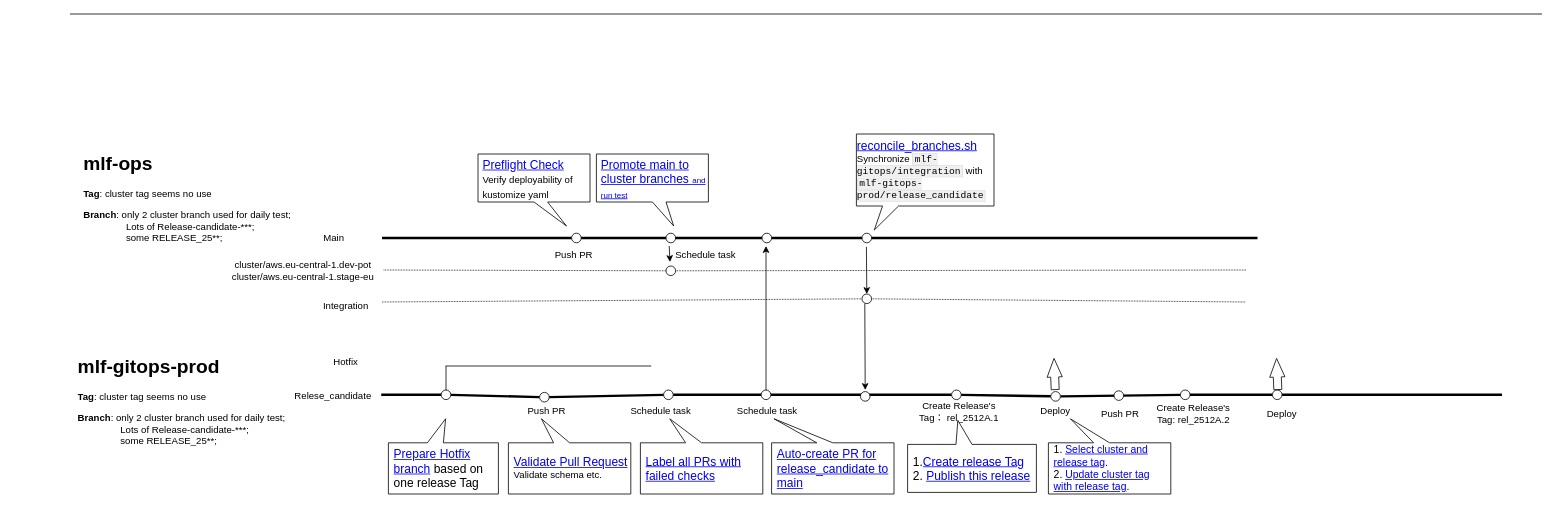
The draw.io diagram Drawio/AI Core release process.drawio in polark-bit/StudyGit, before the edit. Source tidied: cells renumbered, new cells numbered last; positions are measured from the earlier drawing's top-left corner, leaving out a move shared by most shapes. Both pictures are drawn from the tidied source at 80%, with x=0, y=0 at pixel (70, 14).
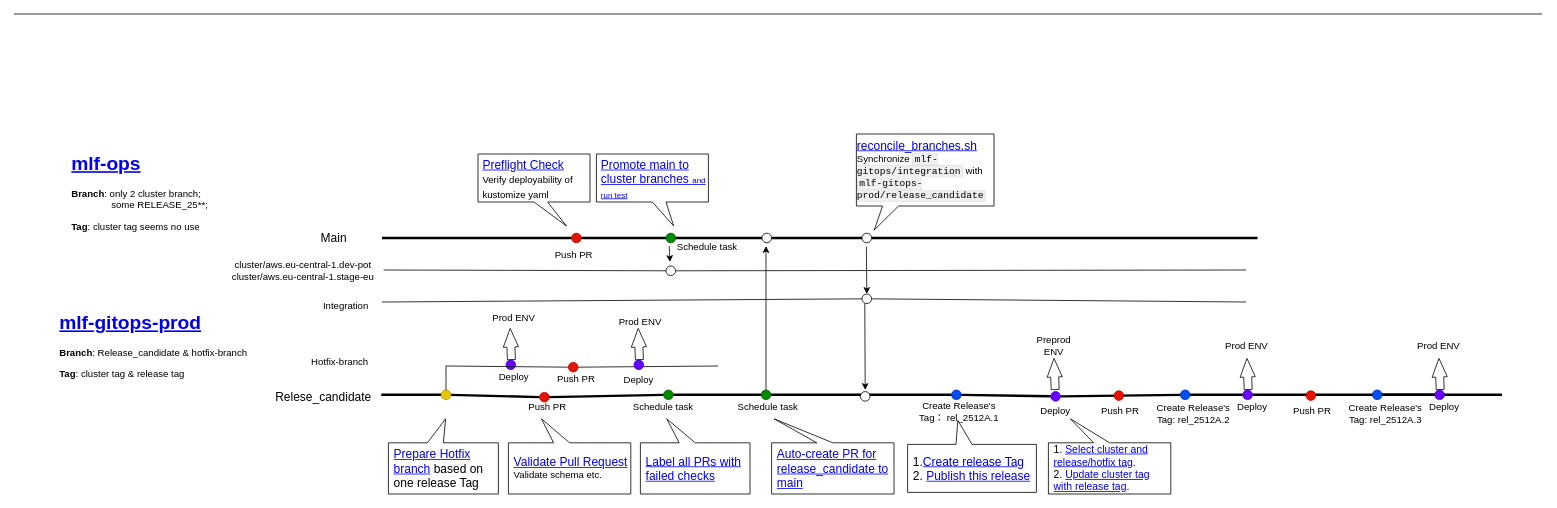
The same page after the edit.

Unchanged cells that the change refers to:
```xml
<mxCell id="18" style="ellipse;whiteSpace=wrap;html=1;" parent="1" vertex="1">
  <mxGeometry x="745" y="315" width="12" height="12" as="geometry" />
</mxCell>
<mxCell id="22" style="ellipse;whiteSpace=wrap;html=1;" parent="1" vertex="1">
  <mxGeometry x="990" y="350" width="12" height="12" as="geometry" />
</mxCell>
```

The edit, as a diff of the source:
```diff
@@
     <mxCell id="2" style="endArrow=none;html=1;rounded=0;" parent="1" edge="1">
       <mxGeometry relative="1" as="geometry">
-        <mxPoint as="sourcePoint" />
+        <mxPoint x="-70" as="sourcePoint" />
         <mxPoint x="1840" as="targetPoint" />
       </mxGeometry>
     </mxCell>
@@
-    <mxCell id="5" style="ellipse;whiteSpace=wrap;html=1;" parent="1" vertex="1">
+    <mxCell id="5" style="ellipse;whiteSpace=wrap;html=1;fillColor=#e51400;fontColor=#ffffff;strokeColor=#B20000;" parent="1" vertex="1">
       <mxGeometry x="627" y="274" width="12" height="12" as="geometry" />
     </mxCell>
@@
-    <mxCell id="7" style="ellipse;whiteSpace=wrap;html=1;" parent="1" vertex="1">
+    <mxCell id="7" style="ellipse;whiteSpace=wrap;html=1;fillColor=#008a00;fontColor=#ffffff;strokeColor=#005700;" parent="1" vertex="1">
       <mxGeometry x="745" y="274" width="12" height="12" as="geometry" />
     </mxCell>
@@
-    <mxCell id="10" value="&lt;h1 style=&quot;margin-top: 0px;&quot;&gt;mlf-ops&lt;/h1&gt;&lt;p&gt;&lt;b&gt;Tag&lt;/b&gt;: cluster tag seems no use&lt;/p&gt;&lt;p&gt;&lt;b&gt;Branch&lt;/b&gt;: only 2 cluster branch used for daily test;&amp;nbsp; &amp;nbsp; &amp;nbsp; &amp;nbsp; &amp;nbsp; &amp;nbsp; &amp;nbsp; &amp;nbsp; &amp;nbsp; Lots of Release-candidate-***;&amp;nbsp; &amp;nbsp; &amp;nbsp; &amp;nbsp; &amp;nbsp; &amp;nbsp; &amp;nbsp; &amp;nbsp; &amp;nbsp; &amp;nbsp; &amp;nbsp; &amp;nbsp; &amp;nbsp; &amp;nbsp; &amp;nbsp; &amp;nbsp; some RELEASE_25**;&lt;/p&gt;" style="text;html=1;whiteSpace=wrap;overflow=hidden;rounded=0;" parent="1" vertex="1">
-      <mxGeometry x="15" y="166" width="270" height="120" as="geometry" />
+    <mxCell id="10" value="&lt;h1 style=&quot;margin-top: 0px;&quot;&gt;&lt;a href=&quot;https://github.tools.sap/MLF/mlf-gitops&quot;&gt;mlf-ops&lt;/a&gt;&lt;/h1&gt;&lt;p&gt;&lt;b style=&quot;background-color: transparent; color: light-dark(rgb(0, 0, 0), rgb(255, 255, 255));&quot;&gt;Branch&lt;/b&gt;&lt;span style=&quot;background-color: transparent; color: light-dark(rgb(0, 0, 0), rgb(255, 255, 255));&quot;&gt;: only 2 cluster branch;&amp;nbsp; &amp;nbsp; &amp;nbsp; &amp;nbsp; &amp;nbsp; &amp;nbsp; &amp;nbsp; &amp;nbsp; &amp;nbsp; &amp;nbsp; &amp;nbsp; &amp;nbsp; &amp;nbsp;some RELEASE_25**;&lt;/span&gt;&lt;/p&gt;&lt;p&gt;&lt;b&gt;Tag&lt;/b&gt;: cluster tag seems no use&lt;/p&gt;&lt;div&gt;&lt;br&gt;&lt;/div&gt;" style="text;html=1;whiteSpace=wrap;overflow=hidden;rounded=0;" parent="1" vertex="1">
+      <mxGeometry y="166" width="195" height="120" as="geometry" />
     </mxCell>
-    <mxCell id="11" style="endArrow=none;html=1;rounded=0;dashed=1;dashPattern=1 1;" parent="1" edge="1" source="18">
+    <mxCell id="11" style="endArrow=none;html=1;rounded=0;" parent="1" edge="1" source="18">
       <mxGeometry relative="1" as="geometry">
         <mxPoint x="1470" y="320" as="targetPoint" />
       </mxGeometry>
     </mxCell>
@@
-    <mxCell id="13" value="Main" style="text;html=1;whiteSpace=wrap;strokeColor=none;fillColor=none;align=center;verticalAlign=middle;rounded=0;" parent="1" vertex="1">
+    <mxCell id="13" value="&lt;font style=&quot;font-size: 15px;&quot;&gt;Main&lt;/font&gt;" style="text;html=1;whiteSpace=wrap;strokeColor=none;fillColor=none;align=center;verticalAlign=middle;rounded=0;" parent="1" vertex="1">
       <mxGeometry x="300" y="265" width="60" height="30" as="geometry" />
     </mxCell>
     <mxCell id="14" value="&amp;nbsp;Schedule task" style="text;html=1;whiteSpace=wrap;strokeColor=none;fillColor=none;align=center;verticalAlign=middle;rounded=0;" parent="1" vertex="1">
-      <mxGeometry x="743" y="286" width="100" height="30" as="geometry" />
+      <mxGeometry x="745" y="276" width="100" height="30" as="geometry" />
     </mxCell>
@@
-    <mxCell id="17" style="endArrow=none;html=1;rounded=0;dashed=1;dashPattern=1 1;" parent="1" edge="1" target="18">
+    <mxCell id="17" style="endArrow=none;html=1;rounded=0;" parent="1" edge="1" target="18">
       <mxGeometry relative="1" as="geometry">
         <mxPoint x="392" y="320" as="sourcePoint" />
       </mxGeometry>
     </mxCell>
@@
-    <mxCell id="19" style="endArrow=none;html=1;rounded=0;dashed=1;dashPattern=1 1;" parent="1" edge="1" source="22">
+    <mxCell id="19" style="endArrow=none;html=1;rounded=0;" parent="1" edge="1" source="22">
       <mxGeometry relative="1" as="geometry">
         <mxPoint x="1470" y="360" as="targetPoint" />
       </mxGeometry>
     </mxCell>
@@
-    <mxCell id="21" style="endArrow=none;html=1;rounded=0;dashed=1;dashPattern=1 1;" parent="1" edge="1" target="22">
+    <mxCell id="21" style="endArrow=none;html=1;rounded=0;" parent="1" edge="1" target="22">
       <mxGeometry relative="1" as="geometry">
         <mxPoint x="390" y="360" as="sourcePoint" />
       </mxGeometry>
     </mxCell>
@@
-    <mxCell id="27" value="Relese_candidate" style="text;html=1;whiteSpace=wrap;strokeColor=none;fillColor=none;align=center;verticalAlign=middle;rounded=0;" parent="1" vertex="1">
-      <mxGeometry x="274.5" y="463" width="108" height="30" as="geometry" />
+    <mxCell id="27" value="&lt;font style=&quot;font-size: 15px;&quot;&gt;Relese_candidate&lt;/font&gt;" style="text;html=1;whiteSpace=wrap;strokeColor=none;fillColor=none;align=center;verticalAlign=middle;rounded=0;" parent="1" vertex="1">
+      <mxGeometry x="263" y="463" width="108" height="30" as="geometry" />
     </mxCell>
-    <mxCell id="28" value="&lt;h1 style=&quot;margin-top: 0px;&quot;&gt;mlf-gitops-prod&lt;/h1&gt;&lt;p&gt;&lt;b&gt;Tag&lt;/b&gt;: cluster tag seems no use&lt;/p&gt;&lt;p&gt;&lt;b&gt;Branch&lt;/b&gt;: only 2 cluster branch used for daily test;&amp;nbsp; &amp;nbsp; &amp;nbsp; &amp;nbsp; &amp;nbsp; &amp;nbsp; &amp;nbsp; &amp;nbsp; &amp;nbsp; Lots of Release-candidate-***;&amp;nbsp; &amp;nbsp; &amp;nbsp; &amp;nbsp; &amp;nbsp; &amp;nbsp; &amp;nbsp; &amp;nbsp; &amp;nbsp; &amp;nbsp; &amp;nbsp; &amp;nbsp; &amp;nbsp; &amp;nbsp; &amp;nbsp; &amp;nbsp; some RELEASE_25**;&lt;/p&gt;" style="text;html=1;whiteSpace=wrap;overflow=hidden;rounded=0;" parent="1" vertex="1">
-      <mxGeometry x="8" y="420" width="270" height="120" as="geometry" />
+    <mxCell id="28" value="&lt;h1 style=&quot;margin-top: 0px;&quot;&gt;&lt;a href=&quot;https://github.tools.sap/MLF-prod/mlf-gitops-prod&quot;&gt;mlf-gitops-prod&lt;/a&gt;&lt;/h1&gt;&lt;p&gt;&lt;b style=&quot;background-color: transparent; color: light-dark(rgb(0, 0, 0), rgb(255, 255, 255));&quot;&gt;Branch&lt;/b&gt;&lt;span style=&quot;background-color: transparent; color: light-dark(rgb(0, 0, 0), rgb(255, 255, 255));&quot;&gt;: Release_candidate &amp;amp; hotfix-branch&lt;/span&gt;&lt;/p&gt;&lt;p&gt;&lt;b&gt;Tag&lt;/b&gt;: cluster tag &amp;amp; release tag&lt;/p&gt;&lt;div&gt;&lt;br&gt;&lt;/div&gt;" style="text;html=1;whiteSpace=wrap;overflow=hidden;rounded=0;" parent="1" vertex="1">
+      <mxGeometry x="-15" y="365" width="270" height="120" as="geometry" />
     </mxCell>
@@
     <mxCell id="34" value="&amp;nbsp;Schedule task" style="text;html=1;whiteSpace=wrap;strokeColor=none;fillColor=none;align=center;verticalAlign=middle;rounded=0;" parent="1" vertex="1">
-      <mxGeometry x="820" y="482" width="100" height="30" as="geometry" />
+      <mxGeometry x="821" y="476" width="100" height="30" as="geometry" />
     </mxCell>
@@
     <mxCell id="36" value="Push PR" style="text;html=1;whiteSpace=wrap;strokeColor=none;fillColor=none;align=center;verticalAlign=middle;rounded=0;" parent="1" vertex="1">
-      <mxGeometry x="566" y="482" width="60" height="30" as="geometry" />
+      <mxGeometry x="567" y="476" width="60" height="30" as="geometry" />
     </mxCell>
@@
     <mxCell id="38" value="&lt;span style=&quot;font-size: 15px;&quot;&gt;&lt;a href=&quot;https://github.tools.sap/MLF-prod/mlf-gitops-prod/blob/release_candidate/.github/workflows/nightly-validation-labeller.yaml&quot;&gt;Label all PRs with failed checks&lt;/a&gt;&lt;/span&gt;" style="shape=callout;whiteSpace=wrap;html=1;perimeter=calloutPerimeter;strokeColor=default;align=left;verticalAlign=middle;fontFamily=Helvetica;fontSize=12;fontColor=default;fillColor=default;direction=west;position2=0.76;spacingLeft=5;" parent="1" vertex="1">
-      <mxGeometry x="713" y="506" width="153" height="94" as="geometry" />
+      <mxGeometry x="713" y="506" width="137" height="94" as="geometry" />
     </mxCell>
     <mxCell id="39" value="&amp;nbsp;Schedule task" style="text;html=1;whiteSpace=wrap;strokeColor=none;fillColor=none;align=center;verticalAlign=middle;rounded=0;" parent="1" vertex="1">
-      <mxGeometry x="687" y="482" width="100" height="30" as="geometry" />
+      <mxGeometry x="690" y="476" width="100" height="30" as="geometry" />
     </mxCell>
@@
-    <mxCell id="41" style="ellipse;whiteSpace=wrap;html=1;" parent="1" vertex="1">
+    <mxCell id="41" style="ellipse;whiteSpace=wrap;html=1;fillColor=#0050ef;fontColor=#ffffff;strokeColor=#001DBC;" parent="1" vertex="1">
       <mxGeometry x="1102" y="470" width="12" height="12" as="geometry" />
     </mxCell>
@@
-    <mxCell id="44" style="ellipse;whiteSpace=wrap;html=1;" parent="1" vertex="1">
+    <mxCell id="44" style="ellipse;whiteSpace=wrap;html=1;fillColor=#008a00;fontColor=#ffffff;strokeColor=#005700;" parent="1" vertex="1">
       <mxGeometry x="864" y="470" width="12" height="12" as="geometry" />
     </mxCell>
@@
-    <mxCell id="46" style="ellipse;whiteSpace=wrap;html=1;" parent="1" vertex="1">
+    <mxCell id="46" style="ellipse;whiteSpace=wrap;html=1;fillColor=#008a00;fontColor=#ffffff;strokeColor=#005700;" parent="1" vertex="1">
       <mxGeometry x="742" y="470" width="12" height="12" as="geometry" />
     </mxCell>
@@
-    <mxCell id="48" style="ellipse;whiteSpace=wrap;html=1;" parent="1" vertex="1">
+    <mxCell id="48" style="ellipse;whiteSpace=wrap;html=1;fillColor=#e51400;fontColor=#ffffff;strokeColor=#B20000;" parent="1" vertex="1">
       <mxGeometry x="587" y="473" width="12" height="12" as="geometry" />
     </mxCell>
-    <mxCell id="49" style="endArrow=none;html=1;rounded=0;fontFamily=Helvetica;fontSize=12;fontColor=default;" parent="1" edge="1">
+    <mxCell id="49" style="endArrow=none;html=1;rounded=0;fontFamily=Helvetica;fontSize=12;fontColor=default;" parent="1" edge="1" source="87">
       <mxGeometry relative="1" as="geometry">
-        <mxPoint x="469.5" y="440" as="sourcePoint" />
-        <mxPoint x="726.5" y="440" as="targetPoint" />
+        <mxPoint x="810" y="440" as="targetPoint" />
       </mxGeometry>
     </mxCell>
@@
-    <mxCell id="52" style="ellipse;whiteSpace=wrap;html=1;" parent="1" vertex="1">
+    <mxCell id="52" style="ellipse;whiteSpace=wrap;html=1;fillColor=#e3c800;fontColor=#000000;strokeColor=#B09500;" parent="1" vertex="1">
       <mxGeometry x="464" y="470" width="12" height="12" as="geometry" />
     </mxCell>
@@
-    <mxCell id="54" value="Hotfix" style="text;html=1;whiteSpace=wrap;strokeColor=none;fillColor=none;align=center;verticalAlign=middle;rounded=0;" parent="1" vertex="1">
-      <mxGeometry x="315" y="420" width="60" height="30" as="geometry" />
+    <mxCell id="54" value="Hotfix-branch" style="text;html=1;whiteSpace=wrap;strokeColor=none;fillColor=none;align=center;verticalAlign=middle;rounded=0;" parent="1" vertex="1">
+      <mxGeometry x="300" y="420" width="75" height="30" as="geometry" />
     </mxCell>
@@
-    <mxCell id="58" style="ellipse;whiteSpace=wrap;html=1;" parent="1" vertex="1">
+    <mxCell id="58" style="ellipse;whiteSpace=wrap;html=1;fillColor=#0050ef;fontColor=#ffffff;strokeColor=#001DBC;" parent="1" vertex="1">
       <mxGeometry x="1388" y="470" width="12" height="12" as="geometry" />
     </mxCell>
-    <mxCell id="59" style="ellipse;whiteSpace=wrap;html=1;" parent="1" vertex="1">
+    <mxCell id="59" style="ellipse;whiteSpace=wrap;html=1;fillColor=#e51400;fontColor=#ffffff;strokeColor=#B20000;" parent="1" vertex="1">
       <mxGeometry x="1305" y="471" width="12" height="12" as="geometry" />
     </mxCell>
     <mxCell id="60" value="Push PR" style="text;html=1;whiteSpace=wrap;strokeColor=none;fillColor=none;align=center;verticalAlign=middle;rounded=0;" parent="1" vertex="1">
-      <mxGeometry x="1283" y="485" width="60" height="30" as="geometry" />
+      <mxGeometry x="1282.5" y="482" width="60" height="30" as="geometry" />
     </mxCell>
@@
-    <mxCell id="63" style="ellipse;whiteSpace=wrap;html=1;" parent="1" vertex="1">
+    <mxCell id="63" style="ellipse;whiteSpace=wrap;html=1;fillColor=#6a00ff;fontColor=#ffffff;strokeColor=#3700CC;" parent="1" vertex="1">
       <mxGeometry x="1226" y="472" width="12" height="12" as="geometry" />
     </mxCell>
-    <mxCell id="64" style="shape=flexArrow;endArrow=classic;html=1;rounded=0;fontFamily=Helvetica;fontSize=12;fontColor=default;endWidth=8;endSize=7.43;" parent="1" edge="1">
+    <mxCell id="64" style="shape=flexArrow;endArrow=classic;html=1;rounded=0;fontFamily=Helvetica;fontSize=12;fontColor=default;endWidth=8;endSize=7.43;fillColor=none;" parent="1" edge="1">
       <mxGeometry relative="1" as="geometry">
         <mxPoint x="1231.5" y="470" as="sourcePoint" />
         <mxPoint x="1230" y="430" as="targetPoint" />
       </mxGeometry>
     </mxCell>
-    <mxCell id="65" value="&lt;font style=&quot;font-size: 13px;&quot;&gt;1. &lt;a href=&quot;https://github.tools.sap/MLF-prod/mlf-gitops-prod/actions/runs/22360340/workflow&quot;&gt;Select cluster and release tag&lt;/a&gt;.&lt;/font&gt;&lt;div&gt;&lt;font style=&quot;font-size: 13px;&quot;&gt;2. &lt;a href=&quot;https://github.tools.sap/MLF-prod/mlf-gitops-prod/actions/workflows/update-targets.yaml&quot;&gt;Update cluster tag with release tag&lt;/a&gt;.&lt;/font&gt;&lt;/div&gt;" style="shape=callout;whiteSpace=wrap;html=1;perimeter=calloutPerimeter;strokeColor=default;align=left;verticalAlign=middle;fontFamily=Helvetica;fontSize=12;fontColor=default;fillColor=default;direction=west;position2=0.82;spacingLeft=5;" parent="1" vertex="1">
+    <mxCell id="65" value="&lt;font style=&quot;font-size: 13px;&quot;&gt;1. &lt;a href=&quot;https://github.tools.sap/MLF-prod/mlf-gitops-prod/actions/runs/22360340/workflow&quot;&gt;Select cluster and release/hotfix tag&lt;/a&gt;.&lt;/font&gt;&lt;div&gt;&lt;font style=&quot;font-size: 13px;&quot;&gt;2. &lt;a href=&quot;https://github.tools.sap/MLF-prod/mlf-gitops-prod/actions/workflows/update-targets.yaml&quot;&gt;Update cluster tag with release tag&lt;/a&gt;.&lt;/font&gt;&lt;/div&gt;" style="shape=callout;whiteSpace=wrap;html=1;perimeter=calloutPerimeter;strokeColor=default;align=left;verticalAlign=middle;fontFamily=Helvetica;fontSize=12;fontColor=default;fillColor=default;direction=west;position2=0.82;spacingLeft=5;" parent="1" vertex="1">
       <mxGeometry x="1223" y="506" width="153" height="94" as="geometry" />
     </mxCell>
@@
-    <mxCell id="68" style="ellipse;whiteSpace=wrap;html=1;" parent="1" vertex="1">
-      <mxGeometry x="1503" y="470" width="12" height="12" as="geometry" />
+    <mxCell id="68" style="ellipse;whiteSpace=wrap;html=1;fillColor=#6a00ff;fontColor=#ffffff;strokeColor=#3700CC;" parent="1" vertex="1">
+      <mxGeometry x="1466" y="470" width="12" height="12" as="geometry" />
     </mxCell>
     <mxCell id="69" style="shape=flexArrow;endArrow=classic;html=1;rounded=0;fontFamily=Helvetica;fontSize=12;fontColor=default;endWidth=8;endSize=7.43;" parent="1" edge="1">
       <mxGeometry relative="1" as="geometry">
-        <mxPoint x="1509.8" y="470" as="sourcePoint" />
-        <mxPoint x="1508.2" y="430" as="targetPoint" />
+        <mxPoint x="1472.8" y="470" as="sourcePoint" />
+        <mxPoint x="1471.2" y="430" as="targetPoint" />
       </mxGeometry>
     </mxCell>
     <mxCell id="70" value="Deploy" style="text;html=1;whiteSpace=wrap;strokeColor=none;fillColor=none;align=center;verticalAlign=middle;rounded=0;" parent="1" vertex="1">
-      <mxGeometry x="1485" y="485" width="60" height="30" as="geometry" />
+      <mxGeometry x="1448" y="476" width="60" height="30" as="geometry" />
     </mxCell>
+    <mxCell id="71" style="ellipse;whiteSpace=wrap;html=1;fillColor=#6a00ff;fontColor=#ffffff;strokeColor=#3700CC;" parent="1" vertex="1">
+      <mxGeometry x="545" y="432.5" width="12" height="12" as="geometry" />
+    </mxCell>
+    <mxCell id="72" style="shape=flexArrow;endArrow=classic;html=1;rounded=0;fontFamily=Helvetica;fontSize=12;fontColor=default;endWidth=8;endSize=7.43;" parent="1" edge="1">
+      <mxGeometry relative="1" as="geometry">
+        <mxPoint x="551.8" y="432.5" as="sourcePoint" />
+        <mxPoint x="550.2" y="392.5" as="targetPoint" />
+      </mxGeometry>
+    </mxCell>
+    <mxCell id="73" value="Deploy" style="text;html=1;whiteSpace=wrap;strokeColor=none;fillColor=none;align=center;verticalAlign=middle;rounded=0;" parent="1" vertex="1">
+      <mxGeometry x="525" y="438.5" width="60" height="30" as="geometry" />
+    </mxCell>
+    <mxCell id="74" value="Preprod ENV" style="text;html=1;whiteSpace=wrap;strokeColor=none;fillColor=none;align=center;verticalAlign=middle;rounded=0;fontFamily=Helvetica;fontSize=12;fontColor=default;" parent="1" vertex="1">
+      <mxGeometry x="1200" y="400" width="60" height="30" as="geometry" />
+    </mxCell>
+    <mxCell id="75" value="Prod ENV" style="text;html=1;whiteSpace=wrap;strokeColor=none;fillColor=none;align=center;verticalAlign=middle;rounded=0;fontFamily=Helvetica;fontSize=12;fontColor=default;" parent="1" vertex="1">
+      <mxGeometry x="1441" y="400" width="60" height="30" as="geometry" />
+    </mxCell>
+    <mxCell id="76" value="Prod ENV" style="text;html=1;whiteSpace=wrap;strokeColor=none;fillColor=none;align=center;verticalAlign=middle;rounded=0;fontFamily=Helvetica;fontSize=12;fontColor=default;" parent="1" vertex="1">
+      <mxGeometry x="525" y="365" width="60" height="30" as="geometry" />
+    </mxCell>
+    <mxCell id="77" style="ellipse;whiteSpace=wrap;html=1;fillColor=#0050ef;fontColor=#ffffff;strokeColor=#001DBC;" parent="1" vertex="1">
+      <mxGeometry x="1628" y="470" width="12" height="12" as="geometry" />
+    </mxCell>
+    <mxCell id="78" style="ellipse;whiteSpace=wrap;html=1;fillColor=#e51400;fontColor=#ffffff;strokeColor=#B20000;" parent="1" vertex="1">
+      <mxGeometry x="1545" y="471" width="12" height="12" as="geometry" />
+    </mxCell>
+    <mxCell id="79" value="Push PR" style="text;html=1;whiteSpace=wrap;strokeColor=none;fillColor=none;align=center;verticalAlign=middle;rounded=0;" parent="1" vertex="1">
+      <mxGeometry x="1522.5" y="482" width="60" height="30" as="geometry" />
+    </mxCell>
+    <mxCell id="80" value="Create Release's Tag: rel_2512A.3" style="text;html=1;whiteSpace=wrap;strokeColor=none;fillColor=none;align=center;verticalAlign=middle;rounded=0;" parent="1" vertex="1">
+      <mxGeometry x="1586" y="485" width="117" height="30" as="geometry" />
+    </mxCell>
+    <mxCell id="81" style="endArrow=none;html=1;rounded=0;fontSize=12;strokeWidth=3;" parent="1" edge="1" source="77" target="82">
+      <mxGeometry relative="1" as="geometry" />
+    </mxCell>
+    <mxCell id="82" style="ellipse;whiteSpace=wrap;html=1;fillColor=#6a00ff;fontColor=#ffffff;strokeColor=#3700CC;" parent="1" vertex="1">
+      <mxGeometry x="1706" y="470" width="12" height="12" as="geometry" />
+    </mxCell>
+    <mxCell id="83" style="shape=flexArrow;endArrow=classic;html=1;rounded=0;fontFamily=Helvetica;fontSize=12;fontColor=default;endWidth=8;endSize=7.43;" parent="1" edge="1">
+      <mxGeometry relative="1" as="geometry">
+        <mxPoint x="1712.8" y="470" as="sourcePoint" />
+        <mxPoint x="1711.2" y="430" as="targetPoint" />
+      </mxGeometry>
+    </mxCell>
+    <mxCell id="84" value="Deploy" style="text;html=1;whiteSpace=wrap;strokeColor=none;fillColor=none;align=center;verticalAlign=middle;rounded=0;" parent="1" vertex="1">
+      <mxGeometry x="1688" y="476" width="60" height="30" as="geometry" />
+    </mxCell>
+    <mxCell id="85" value="Prod ENV" style="text;html=1;whiteSpace=wrap;strokeColor=none;fillColor=none;align=center;verticalAlign=middle;rounded=0;fontFamily=Helvetica;fontSize=12;fontColor=default;" parent="1" vertex="1">
+      <mxGeometry x="1681" y="400" width="60" height="30" as="geometry" />
+    </mxCell>
+    <mxCell id="86" style="endArrow=none;html=1;rounded=0;fontFamily=Helvetica;fontSize=12;fontColor=default;" parent="1" edge="1" target="87">
+      <mxGeometry relative="1" as="geometry">
+        <mxPoint x="469.5" y="440" as="sourcePoint" />
+      </mxGeometry>
+    </mxCell>
+    <mxCell id="87" style="ellipse;whiteSpace=wrap;html=1;fillColor=#e51400;fontColor=#ffffff;strokeColor=#B20000;" parent="1" vertex="1">
+      <mxGeometry x="623" y="435.5" width="12" height="12" as="geometry" />
+    </mxCell>
+    <mxCell id="88" style="ellipse;whiteSpace=wrap;html=1;fillColor=#6a00ff;fontColor=#ffffff;strokeColor=#3700CC;" parent="1" vertex="1">
+      <mxGeometry x="705" y="432.5" width="12" height="12" as="geometry" />
+    </mxCell>
+    <mxCell id="89" style="shape=flexArrow;endArrow=classic;html=1;rounded=0;fontFamily=Helvetica;fontSize=12;fontColor=default;endWidth=8;endSize=7.43;" parent="1" edge="1">
+      <mxGeometry relative="1" as="geometry">
+        <mxPoint x="711.8" y="432.5" as="sourcePoint" />
+        <mxPoint x="710.2" y="392.5" as="targetPoint" />
+      </mxGeometry>
+    </mxCell>
+    <mxCell id="90" value="Prod ENV" style="text;html=1;whiteSpace=wrap;strokeColor=none;fillColor=none;align=center;verticalAlign=middle;rounded=0;fontFamily=Helvetica;fontSize=12;fontColor=default;" parent="1" vertex="1">
+      <mxGeometry x="683" y="370" width="60" height="30" as="geometry" />
+    </mxCell>
+    <mxCell id="91" value="Deploy" style="text;html=1;whiteSpace=wrap;strokeColor=none;fillColor=none;align=center;verticalAlign=middle;rounded=0;" parent="1" vertex="1">
+      <mxGeometry x="681" y="443" width="60" height="30" as="geometry" />
+    </mxCell>
+    <mxCell id="92" value="Push PR" style="text;html=1;whiteSpace=wrap;strokeColor=none;fillColor=none;align=center;verticalAlign=middle;rounded=0;" parent="1" vertex="1">
+      <mxGeometry x="603" y="442" width="60" height="30" as="geometry" />
+    </mxCell>
```
